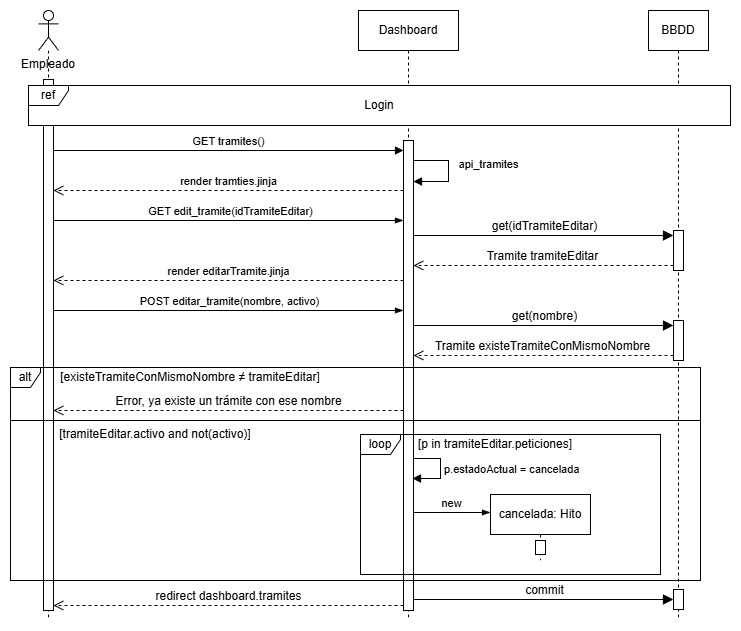
humaral/tfg keeps this draw.io diagram as documents/img/diagramas/secuencia_editar_tramite.png. Above is the earlier version. Source tidied: cells renumbered, new cells last; positions are measured from the earlier drawing's top-left corner, leaving out a move shared by most shapes. Source of this version:
```xml
<mxGraphModel>
  <root>
    <mxCell id="0" />
    <mxCell id="1" parent="0" />
    <mxCell id="2" style="shape=umlLifeline;perimeter=lifelinePerimeter;whiteSpace=wrap;html=1;newEdgeStyle={&quot;curved&quot;:0,&quot;rounded&quot;:0};participant=umlActor;" parent="1" vertex="1">
      <mxGeometry x="28" width="20" height="610" as="geometry" />
    </mxCell>
    <mxCell id="3" style="html=1;points=[[0,0,0,0,5],[0,1,0,0,-5],[1,0,0,0,5],[1,1,0,0,-5]];perimeter=orthogonalPerimeter;outlineConnect=0;targetShapes=umlLifeline;portConstraint=eastwest;newEdgeStyle={&quot;curved&quot;:0,&quot;rounded&quot;:0};" parent="2" vertex="1">
      <mxGeometry x="5" y="69" width="10" height="531" as="geometry" />
    </mxCell>
    <mxCell id="4" value="Dashboard" style="shape=umlLifeline;perimeter=lifelinePerimeter;whiteSpace=wrap;html=1;newEdgeStyle={&quot;edgeStyle&quot;:&quot;elbowEdgeStyle&quot;,&quot;elbow&quot;:&quot;vertical&quot;,&quot;curved&quot;:0,&quot;rounded&quot;:0};" parent="1" vertex="1">
      <mxGeometry x="348" width="100" height="610" as="geometry" />
    </mxCell>
    <mxCell id="5" style="html=1;points=[[0,0,0,0,5],[0,1,0,0,-5],[1,0,0,0,5],[1,1,0,0,-5]];perimeter=orthogonalPerimeter;outlineConnect=0;targetShapes=umlLifeline;portConstraint=eastwest;newEdgeStyle={&quot;curved&quot;:0,&quot;rounded&quot;:0};" parent="4" vertex="1">
      <mxGeometry x="45" y="130" width="10" height="470" as="geometry" />
    </mxCell>
    <mxCell id="6" value="api_tramites" style="html=1;verticalAlign=bottom;endArrow=block;curved=0;rounded=0;" parent="4" edge="1" source="5">
      <mxGeometry x="0.05" y="40" relative="1" as="geometry">
        <mxPoint x="55" y="171" as="targetPoint" />
        <Array as="points">
          <mxPoint x="70" y="150" />
          <mxPoint x="90" y="150" />
          <mxPoint x="90" y="171" />
        </Array>
      </mxGeometry>
    </mxCell>
    <mxCell id="7" value="Empleado" style="text;html=1;whiteSpace=wrap;strokeColor=none;fillColor=none;align=center;verticalAlign=middle;rounded=0;" parent="1" vertex="1">
      <mxGeometry x="8" y="39" width="60" height="30" as="geometry" />
    </mxCell>
    <mxCell id="8" value="GET tramites()" style="html=1;verticalAlign=bottom;endArrow=block;curved=0;rounded=0;" parent="1" edge="1" target="5">
      <mxGeometry relative="1" as="geometry">
        <mxPoint x="43" y="140" as="sourcePoint" />
      </mxGeometry>
    </mxCell>
    <mxCell id="9" value="BBDD" style="shape=umlLifeline;perimeter=lifelinePerimeter;whiteSpace=wrap;html=1;newEdgeStyle={&quot;curved&quot;:0,&quot;rounded&quot;:0};" parent="1" vertex="1">
      <mxGeometry x="638" width="60" height="610" as="geometry" />
    </mxCell>
    <mxCell id="10" style="html=1;points=[[0,0,0,0,5],[0,1,0,0,-5],[1,0,0,0,5],[1,1,0,0,-5]];perimeter=orthogonalPerimeter;outlineConnect=0;targetShapes=umlLifeline;portConstraint=eastwest;newEdgeStyle={&quot;curved&quot;:0,&quot;rounded&quot;:0};" parent="9" vertex="1">
      <mxGeometry x="25" y="220" width="10" height="40" as="geometry" />
    </mxCell>
    <mxCell id="11" style="html=1;points=[[0,0,0,0,5],[0,1,0,0,-5],[1,0,0,0,5],[1,1,0,0,-5]];perimeter=orthogonalPerimeter;outlineConnect=0;targetShapes=umlLifeline;portConstraint=eastwest;newEdgeStyle={&quot;curved&quot;:0,&quot;rounded&quot;:0};" parent="9" vertex="1">
      <mxGeometry x="25" y="310" width="10" height="40" as="geometry" />
    </mxCell>
    <mxCell id="12" value="get(nombre)" style="html=1;verticalAlign=bottom;endArrow=block;curved=0;rounded=0;entryX=0;entryY=0;entryDx=0;entryDy=5;fontSize=12;startSize=8;endSize=8;" parent="9" edge="1" target="11">
      <mxGeometry relative="1" as="geometry">
        <mxPoint x="-235" y="315" as="sourcePoint" />
      </mxGeometry>
    </mxCell>
    <mxCell id="13" value="Tramite existeTramiteConMismoNombre" style="html=1;verticalAlign=bottom;endArrow=open;dashed=1;endSize=8;curved=0;rounded=0;exitX=0;exitY=1;exitDx=0;exitDy=-5;fontSize=12;" parent="9" edge="1" source="11">
      <mxGeometry relative="1" as="geometry">
        <mxPoint x="-235" y="345" as="targetPoint" />
      </mxGeometry>
    </mxCell>
    <mxCell id="14" value="ref" style="shape=umlFrame;whiteSpace=wrap;html=1;gradientColor=none;strokeColor=default;swimlaneFillColor=default;width=40;height=20;" parent="1" vertex="1">
      <mxGeometry x="18" y="75" width="702" height="40" as="geometry" />
    </mxCell>
    <mxCell id="15" value="Login" style="text;html=1;whiteSpace=wrap;strokeColor=none;fillColor=none;align=center;verticalAlign=middle;rounded=0;" parent="1" vertex="1">
      <mxGeometry x="339" y="80" width="60" height="30" as="geometry" />
    </mxCell>
    <mxCell id="16" style="edgeStyle=elbowEdgeStyle;fontSize=12;html=1;endArrow=blockThin;endFill=1;rounded=0;" parent="1" edge="1" source="3" target="5">
      <mxGeometry relative="1" as="geometry">
        <Array as="points">
          <mxPoint x="208" y="210" />
        </Array>
      </mxGeometry>
    </mxCell>
    <mxCell id="17" value="GET edit_tramite(idTramiteEditar)" style="edgeLabel;html=1;align=center;verticalAlign=middle;" parent="16" vertex="1">
      <mxGeometry x="0.36" y="-1" relative="1" as="geometry">
        <mxPoint x="-62" y="-11" as="offset" />
      </mxGeometry>
    </mxCell>
    <mxCell id="18" value="render tramties.jinja" style="html=1;verticalAlign=bottom;endArrow=open;dashed=1;endSize=8;curved=0;rounded=0;" parent="1" edge="1" source="5" target="3">
      <mxGeometry relative="1" as="geometry">
        <Array as="points">
          <mxPoint x="198" y="180" />
        </Array>
      </mxGeometry>
    </mxCell>
    <mxCell id="19" value="render editarTramite.jinja" style="html=1;verticalAlign=bottom;endArrow=open;dashed=1;endSize=8;curved=0;rounded=0;" parent="1" edge="1" source="5" target="3">
      <mxGeometry relative="1" as="geometry">
        <Array as="points">
          <mxPoint x="200" y="270" />
        </Array>
      </mxGeometry>
    </mxCell>
    <mxCell id="20" style="edgeStyle=elbowEdgeStyle;fontSize=12;html=1;endArrow=blockThin;endFill=1;rounded=0;" parent="1" edge="1" source="3" target="5">
      <mxGeometry relative="1" as="geometry">
        <Array as="points">
          <mxPoint x="210" y="300" />
        </Array>
      </mxGeometry>
    </mxCell>
    <mxCell id="21" value="POST editar_tramite(nombre, activo)" style="edgeLabel;html=1;align=center;verticalAlign=middle;" parent="20" vertex="1">
      <mxGeometry x="-0.19" y="-2" relative="1" as="geometry">
        <mxPoint x="34" y="-12" as="offset" />
      </mxGeometry>
    </mxCell>
    <mxCell id="22" value="get(idTramiteEditar)" style="html=1;verticalAlign=bottom;endArrow=block;curved=0;rounded=0;entryX=0;entryY=0;entryDx=0;entryDy=5;fontSize=12;startSize=8;endSize=8;" parent="1" edge="1" source="5" target="10">
      <mxGeometry relative="1" as="geometry" />
    </mxCell>
    <mxCell id="23" value="Tramite tramiteEditar" style="html=1;verticalAlign=bottom;endArrow=open;dashed=1;endSize=8;curved=0;rounded=0;exitX=0;exitY=1;exitDx=0;exitDy=-5;fontSize=12;" parent="1" edge="1" source="10" target="5">
      <mxGeometry relative="1" as="geometry" />
    </mxCell>
    <mxCell id="24" value="alt" style="shape=umlFrame;whiteSpace=wrap;html=1;width=30;height=20;" parent="1" vertex="1">
      <mxGeometry y="357" width="690" height="213" as="geometry" />
    </mxCell>
    <mxCell id="25" value="[tramiteEditar.activo and not(activo)]" style="text;strokeColor=none;fillColor=none;align=center;verticalAlign=middle;whiteSpace=wrap;" parent="1" vertex="1">
      <mxGeometry x="40" y="414" width="210" height="20" as="geometry" />
    </mxCell>
    <mxCell id="26" value="commit" style="html=1;verticalAlign=bottom;endArrow=block;curved=0;rounded=0;fontSize=12;startSize=8;endSize=8;" parent="1" edge="1">
      <mxGeometry relative="1" as="geometry">
        <mxPoint x="403" y="589" as="sourcePoint" />
        <mxPoint x="663" y="589" as="targetPoint" />
        <Array as="points">
          <mxPoint x="520" y="589" />
        </Array>
      </mxGeometry>
    </mxCell>
    <mxCell id="27" value="redirect dashboard.tramites" style="html=1;verticalAlign=bottom;endArrow=open;dashed=1;endSize=8;curved=0;rounded=0;fontSize=12;" parent="1" edge="1">
      <mxGeometry relative="1" as="geometry">
        <mxPoint x="393" y="595" as="sourcePoint" />
        <mxPoint x="43" y="595" as="targetPoint" />
        <Array as="points">
          <mxPoint x="240" y="595" />
        </Array>
      </mxGeometry>
    </mxCell>
    <mxCell id="28" value="loop" style="shape=umlFrame;whiteSpace=wrap;html=1;width=40;height=20;" parent="1" vertex="1">
      <mxGeometry x="350" y="424" width="300" height="140" as="geometry" />
    </mxCell>
    <mxCell id="29" value="[p in tramiteEditar.peticiones]" style="text;strokeColor=none;fillColor=none;align=center;verticalAlign=middle;whiteSpace=wrap;" parent="1" vertex="1">
      <mxGeometry x="380" y="424" width="210" height="20" as="geometry" />
    </mxCell>
    <mxCell id="30" style="html=1;perimeter=orthogonalPerimeter;targetShapes=umlLifeline;newEdgeStyle={&quot;curved&quot;:0,&quot;rounded&quot;:0};" parent="1" vertex="1">
      <mxGeometry x="663" y="579" width="10" height="20" as="geometry" />
    </mxCell>
    <mxCell id="31" style="edgeStyle=elbowEdgeStyle;fontSize=12;html=1;endArrow=blockThin;endFill=1;rounded=0;" parent="1" edge="1">
      <mxGeometry relative="1" as="geometry">
        <mxPoint x="403" y="502" as="sourcePoint" />
        <mxPoint x="480" y="502" as="targetPoint" />
        <Array as="points">
          <mxPoint x="440" y="522" />
        </Array>
      </mxGeometry>
    </mxCell>
    <mxCell id="32" value="new" style="edgeLabel;html=1;align=center;verticalAlign=middle;" parent="31" vertex="1">
      <mxGeometry x="0.33" y="1" relative="1" as="geometry">
        <mxPoint x="-13" y="-9" as="offset" />
      </mxGeometry>
    </mxCell>
    <mxCell id="33" value="cancelada: Hito" style="shape=umlLifeline;perimeter=lifelinePerimeter;whiteSpace=wrap;html=1;newEdgeStyle={&quot;curved&quot;:0,&quot;rounded&quot;:0};" parent="1" vertex="1">
      <mxGeometry x="480" y="484" width="100" height="66" as="geometry" />
    </mxCell>
    <mxCell id="34" style="html=1;perimeter=orthogonalPerimeter;targetShapes=umlLifeline;newEdgeStyle={&quot;curved&quot;:0,&quot;rounded&quot;:0};" parent="33" vertex="1">
      <mxGeometry x="45" y="46" width="10" height="14" as="geometry" />
    </mxCell>
    <mxCell id="35" value="p.estadoActual = cancelada" style="html=1;align=left;spacingLeft=2;endArrow=block;rounded=0;edgeStyle=orthogonalEdgeStyle;curved=0;rounded=0;" parent="1" edge="1">
      <mxGeometry relative="1" as="geometry">
        <mxPoint x="403" y="448.1" as="sourcePoint" />
        <mxPoint x="402" y="468" as="targetPoint" />
        <Array as="points">
          <mxPoint x="430" y="448" />
          <mxPoint x="430" y="468" />
        </Array>
      </mxGeometry>
    </mxCell>
    <mxCell id="36" style="edgeStyle=elbowEdgeStyle;fontSize=12;html=1;endArrow=none;endFill=0;rounded=0;exitX=0;exitY=0.784;exitDx=0;exitDy=0;exitPerimeter=0;entryX=1;entryY=0.851;entryDx=0;entryDy=0;entryPerimeter=0;" parent="1" edge="1">
      <mxGeometry relative="1" as="geometry">
        <mxPoint y="410" as="sourcePoint" />
        <mxPoint x="690" y="410" as="targetPoint" />
        <Array as="points">
          <mxPoint x="440" y="414" />
        </Array>
      </mxGeometry>
    </mxCell>
    <mxCell id="37" value="[existeTramiteConMismoNombre ≠ tramiteEditar]" style="text;strokeColor=none;fillColor=none;align=center;verticalAlign=middle;whiteSpace=wrap;" parent="1" vertex="1">
      <mxGeometry x="40" y="357" width="280" height="20" as="geometry" />
    </mxCell>
    <mxCell id="38" value="Error, ya existe un trámite con ese nombre" style="html=1;verticalAlign=bottom;endArrow=open;dashed=1;endSize=8;curved=0;rounded=0;fontSize=12;" parent="1" edge="1">
      <mxGeometry relative="1" as="geometry">
        <mxPoint x="393" y="400" as="sourcePoint" />
        <mxPoint x="43" y="400" as="targetPoint" />
      </mxGeometry>
    </mxCell>
  </root>
</mxGraphModel>
```
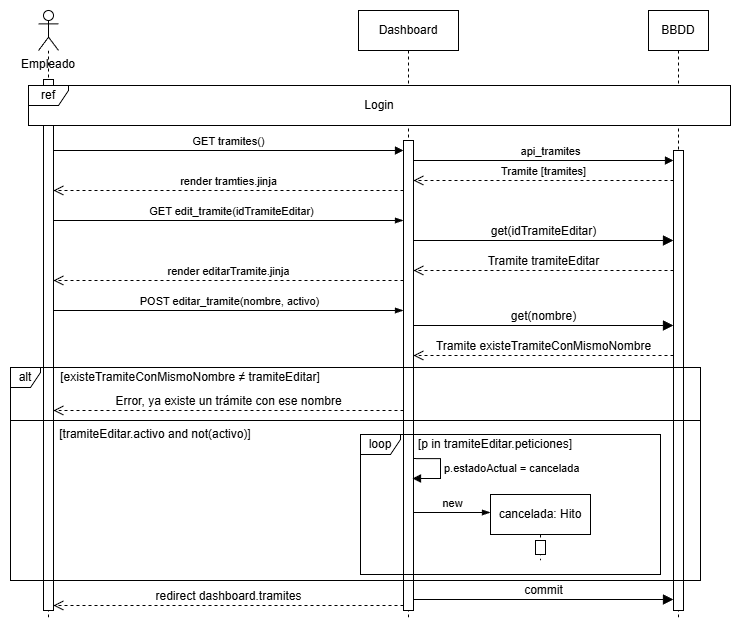
The same diagram one commit later.

Diff of the diagram source:
```diff
@@ -14,16 +14,6 @@
     <mxCell id="5" style="html=1;points=[[0,0,0,0,5],[0,1,0,0,-5],[1,0,0,0,5],[1,1,0,0,-5]];perimeter=orthogonalPerimeter;outlineConnect=0;targetShapes=umlLifeline;portConstraint=eastwest;newEdgeStyle={&quot;curved&quot;:0,&quot;rounded&quot;:0};" parent="4" vertex="1">
       <mxGeometry x="45" y="130" width="10" height="470" as="geometry" />
     </mxCell>
-    <mxCell id="6" value="api_tramites" style="html=1;verticalAlign=bottom;endArrow=block;curved=0;rounded=0;" parent="4" edge="1" source="5">
-      <mxGeometry x="0.05" y="40" relative="1" as="geometry">
-        <mxPoint x="55" y="171" as="targetPoint" />
-        <Array as="points">
-          <mxPoint x="70" y="150" />
-          <mxPoint x="90" y="150" />
-          <mxPoint x="90" y="171" />
-        </Array>
-      </mxGeometry>
-    </mxCell>
     <mxCell id="7" value="Empleado" style="text;html=1;whiteSpace=wrap;strokeColor=none;fillColor=none;align=center;verticalAlign=middle;rounded=0;" parent="1" vertex="1">
       <mxGeometry x="8" y="39" width="60" height="30" as="geometry" />
     </mxCell>
@@ -36,18 +26,17 @@
       <mxGeometry x="638" width="60" height="610" as="geometry" />
     </mxCell>
     <mxCell id="10" style="html=1;points=[[0,0,0,0,5],[0,1,0,0,-5],[1,0,0,0,5],[1,1,0,0,-5]];perimeter=orthogonalPerimeter;outlineConnect=0;targetShapes=umlLifeline;portConstraint=eastwest;newEdgeStyle={&quot;curved&quot;:0,&quot;rounded&quot;:0};" parent="9" vertex="1">
-      <mxGeometry x="25" y="220" width="10" height="40" as="geometry" />
+      <mxGeometry x="25" y="140" width="10" height="460" as="geometry" />
     </mxCell>
-    <mxCell id="11" style="html=1;points=[[0,0,0,0,5],[0,1,0,0,-5],[1,0,0,0,5],[1,1,0,0,-5]];perimeter=orthogonalPerimeter;outlineConnect=0;targetShapes=umlLifeline;portConstraint=eastwest;newEdgeStyle={&quot;curved&quot;:0,&quot;rounded&quot;:0};" parent="9" vertex="1">
-      <mxGeometry x="25" y="310" width="10" height="40" as="geometry" />
-    </mxCell>
-    <mxCell id="12" value="get(nombre)" style="html=1;verticalAlign=bottom;endArrow=block;curved=0;rounded=0;entryX=0;entryY=0;entryDx=0;entryDy=5;fontSize=12;startSize=8;endSize=8;" parent="9" edge="1" target="11">
+    <mxCell id="12" value="get(nombre)" style="html=1;verticalAlign=bottom;endArrow=block;curved=0;rounded=0;entryX=0;entryY=0;entryDx=0;entryDy=5;fontSize=12;startSize=8;endSize=8;" parent="9" edge="1">
       <mxGeometry relative="1" as="geometry">
         <mxPoint x="-235" y="315" as="sourcePoint" />
+        <mxPoint x="25" y="315" as="targetPoint" />
       </mxGeometry>
     </mxCell>
-    <mxCell id="13" value="Tramite existeTramiteConMismoNombre" style="html=1;verticalAlign=bottom;endArrow=open;dashed=1;endSize=8;curved=0;rounded=0;exitX=0;exitY=1;exitDx=0;exitDy=-5;fontSize=12;" parent="9" edge="1" source="11">
+    <mxCell id="13" value="Tramite existeTramiteConMismoNombre" style="html=1;verticalAlign=bottom;endArrow=open;dashed=1;endSize=8;curved=0;rounded=0;exitX=0;exitY=1;exitDx=0;exitDy=-5;fontSize=12;" parent="9" edge="1">
       <mxGeometry relative="1" as="geometry">
+        <mxPoint x="25" y="345" as="sourcePoint" />
         <mxPoint x="-235" y="345" as="targetPoint" />
       </mxGeometry>
     </mxCell>
@@ -95,11 +84,19 @@
         <mxPoint x="34" y="-12" as="offset" />
       </mxGeometry>
     </mxCell>
-    <mxCell id="22" value="get(idTramiteEditar)" style="html=1;verticalAlign=bottom;endArrow=block;curved=0;rounded=0;entryX=0;entryY=0;entryDx=0;entryDy=5;fontSize=12;startSize=8;endSize=8;" parent="1" edge="1" source="5" target="10">
-      <mxGeometry relative="1" as="geometry" />
+    <mxCell id="22" value="get(idTramiteEditar)" style="html=1;verticalAlign=bottom;endArrow=block;curved=0;rounded=0;fontSize=12;startSize=8;endSize=8;" parent="1" edge="1" source="5" target="10">
+      <mxGeometry relative="1" as="geometry">
+        <Array as="points">
+          <mxPoint x="540" y="230" />
+        </Array>
+      </mxGeometry>
     </mxCell>
-    <mxCell id="23" value="Tramite tramiteEditar" style="html=1;verticalAlign=bottom;endArrow=open;dashed=1;endSize=8;curved=0;rounded=0;exitX=0;exitY=1;exitDx=0;exitDy=-5;fontSize=12;" parent="1" edge="1" source="10" target="5">
-      <mxGeometry relative="1" as="geometry" />
+    <mxCell id="23" value="Tramite tramiteEditar" style="html=1;verticalAlign=bottom;endArrow=open;dashed=1;endSize=8;curved=0;rounded=0;fontSize=12;" parent="1" edge="1" source="10" target="5">
+      <mxGeometry relative="1" as="geometry">
+        <Array as="points">
+          <mxPoint x="530" y="260" />
+        </Array>
+      </mxGeometry>
     </mxCell>
     <mxCell id="24" value="alt" style="shape=umlFrame;whiteSpace=wrap;html=1;width=30;height=20;" parent="1" vertex="1">
       <mxGeometry y="357" width="690" height="213" as="geometry" />
@@ -131,9 +128,6 @@
     <mxCell id="29" value="[p in tramiteEditar.peticiones]" style="text;strokeColor=none;fillColor=none;align=center;verticalAlign=middle;whiteSpace=wrap;" parent="1" vertex="1">
       <mxGeometry x="380" y="424" width="210" height="20" as="geometry" />
     </mxCell>
-    <mxCell id="30" style="html=1;perimeter=orthogonalPerimeter;targetShapes=umlLifeline;newEdgeStyle={&quot;curved&quot;:0,&quot;rounded&quot;:0};" parent="1" vertex="1">
-      <mxGeometry x="663" y="579" width="10" height="20" as="geometry" />
-    </mxCell>
     <mxCell id="31" style="edgeStyle=elbowEdgeStyle;fontSize=12;html=1;endArrow=blockThin;endFill=1;rounded=0;" parent="1" edge="1">
       <mxGeometry relative="1" as="geometry">
         <mxPoint x="403" y="502" as="sourcePoint" />
@@ -182,5 +176,20 @@
         <mxPoint x="43" y="400" as="targetPoint" />
       </mxGeometry>
     </mxCell>
+    <mxCell id="6" value="api_tramites" style="html=1;verticalAlign=bottom;endArrow=block;curved=0;rounded=0;" parent="1" edge="1" source="5" target="10">
+      <mxGeometry x="0.05" relative="1" as="geometry">
+        <Array as="points">
+          <mxPoint x="480" y="150" />
+          <mxPoint x="530" y="150" />
+        </Array>
+      </mxGeometry>
+    </mxCell>
+    <mxCell id="39" value="Tramite [tramites]" style="html=1;verticalAlign=bottom;endArrow=open;dashed=1;endSize=8;curved=0;rounded=0;" parent="1" edge="1" source="10" target="5">
+      <mxGeometry relative="1" as="geometry">
+        <Array as="points">
+          <mxPoint x="460" y="170" />
+        </Array>
+      </mxGeometry>
+    </mxCell>
   </root>
 </mxGraphModel>
```
